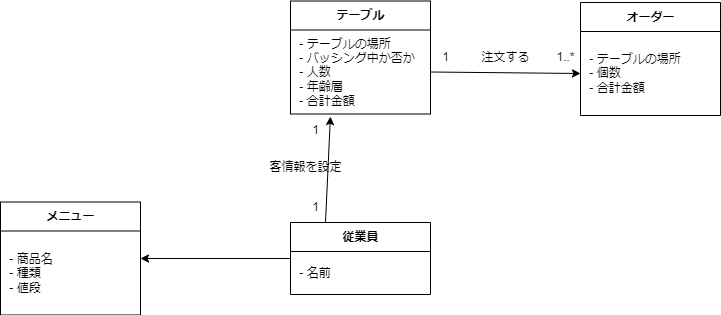
The draw.io diagram psp4/クラス図/クラス図_統合版,drawio.png in MasakiHiguchi/---, before a commit. Source tidied: cells renumbered, new cells last; positions are measured from the earlier drawing's top-left corner, leaving out a move shared by most shapes. Its diagram source:
```xml
<mxGraphModel>
  <root>
    <mxCell id="0" />
    <mxCell id="1" parent="0" />
    <mxCell id="2" value="テーブル" style="swimlane;fontStyle=1;align=center;verticalAlign=middle;horizontal=1;startSize=29;html=1;" parent="1" vertex="1">
      <mxGeometry x="290" y="0.5" width="140" height="113" as="geometry" />
    </mxCell>
    <mxCell id="3" value="&amp;nbsp;- テーブルの場所&lt;br&gt;&amp;nbsp;- バッシング中か否か&lt;br&gt;&amp;nbsp;- 人数&lt;br&gt;&amp;nbsp;- 年齢層&lt;br&gt;&amp;nbsp;- 合計金額" style="text;html=1;strokeColor=none;fillColor=none;align=left;verticalAlign=middle;spacingLeft=4;spacingRight=4;overflow=hidden;points=[[0,0.5],[1,0.5]];portConstraint=eastwest;" parent="2" vertex="1">
      <mxGeometry y="29" width="140" height="84" as="geometry" />
    </mxCell>
    <mxCell id="4" style="edgeStyle=none;html=1;exitX=1;exitY=0.5;exitDx=0;exitDy=0;entryX=0;entryY=0.5;entryDx=0;entryDy=0;" parent="1" edge="1" source="3" target="6">
      <mxGeometry relative="1" as="geometry" />
    </mxCell>
    <mxCell id="5" value="オーダー" style="swimlane;fontStyle=1;align=center;verticalAlign=middle;horizontal=1;startSize=29;html=1;" parent="1" vertex="1">
      <mxGeometry x="580" y="2" width="140" height="113" as="geometry" />
    </mxCell>
    <mxCell id="6" value="&amp;nbsp;- テーブルの場所&lt;br&gt;&amp;nbsp;- 個数&lt;br&gt;&amp;nbsp;- 合計金額" style="text;html=1;strokeColor=none;fillColor=none;align=left;verticalAlign=middle;spacingLeft=4;spacingRight=4;overflow=hidden;points=[[0,0.5],[1,0.5]];portConstraint=eastwest;" parent="5" vertex="1">
      <mxGeometry y="29" width="140" height="84" as="geometry" />
    </mxCell>
    <mxCell id="7" value="1" style="text;html=1;align=center;verticalAlign=middle;strokeColor=none;fillColor=none;" parent="1" vertex="1">
      <mxGeometry x="430" y="42" width="30" height="30" as="geometry" />
    </mxCell>
    <mxCell id="8" value="1..*" style="text;html=1;align=center;verticalAlign=middle;strokeColor=none;fillColor=none;" parent="1" vertex="1">
      <mxGeometry x="545" y="42" width="40" height="30" as="geometry" />
    </mxCell>
    <mxCell id="9" value="注文する" style="text;html=1;align=center;verticalAlign=middle;strokeColor=none;fillColor=none;" parent="1" vertex="1">
      <mxGeometry x="470" y="42" width="70" height="30" as="geometry" />
    </mxCell>
    <mxCell id="10" style="edgeStyle=none;html=1;exitX=0.25;exitY=0;exitDx=0;exitDy=0;entryX=0.285;entryY=1.031;entryDx=0;entryDy=0;entryPerimeter=0;" parent="1" edge="1" source="12" target="3">
      <mxGeometry relative="1" as="geometry" />
    </mxCell>
    <mxCell id="11" style="edgeStyle=none;html=1;exitX=0;exitY=0.5;exitDx=0;exitDy=0;entryX=1;entryY=0.5;entryDx=0;entryDy=0;" parent="1" edge="1" source="12" target="17">
      <mxGeometry relative="1" as="geometry" />
    </mxCell>
    <mxCell id="12" value="従業員" style="swimlane;fontStyle=1;align=center;verticalAlign=middle;horizontal=1;startSize=29;html=1;" parent="1" vertex="1">
      <mxGeometry x="290" y="222" width="140" height="72" as="geometry" />
    </mxCell>
    <mxCell id="13" value="&amp;nbsp;- 名前" style="text;html=1;strokeColor=none;fillColor=none;align=left;verticalAlign=middle;spacingLeft=4;spacingRight=4;overflow=hidden;" parent="12" vertex="1">
      <mxGeometry y="29" width="140" height="43" as="geometry" />
    </mxCell>
    <mxCell id="14" value="1" style="text;html=1;align=center;verticalAlign=middle;strokeColor=none;fillColor=none;" parent="1" vertex="1">
      <mxGeometry x="300" y="192" width="30" height="30" as="geometry" />
    </mxCell>
    <mxCell id="15" value="1" style="text;html=1;align=center;verticalAlign=middle;strokeColor=none;fillColor=none;" parent="1" vertex="1">
      <mxGeometry x="300" y="115" width="30" height="30" as="geometry" />
    </mxCell>
    <mxCell id="16" value="客情報を設定" style="text;html=1;align=center;verticalAlign=middle;strokeColor=none;fillColor=none;" parent="1" vertex="1">
      <mxGeometry x="255" y="152" width="100" height="30" as="geometry" />
    </mxCell>
    <mxCell id="17" value="メニュー" style="swimlane;fontStyle=1;align=center;verticalAlign=middle;horizontal=1;startSize=29;html=1;" parent="1" vertex="1">
      <mxGeometry y="201.5" width="140" height="113" as="geometry" />
    </mxCell>
    <mxCell id="18" value="&amp;nbsp;- 商品名&lt;br&gt;&amp;nbsp;- 種類&lt;br&gt;&amp;nbsp;- 値段" style="text;html=1;strokeColor=none;fillColor=none;align=left;verticalAlign=middle;spacingLeft=4;spacingRight=4;overflow=hidden;" parent="17" vertex="1">
      <mxGeometry y="29" width="140" height="84" as="geometry" />
    </mxCell>
  </root>
</mxGraphModel>
```
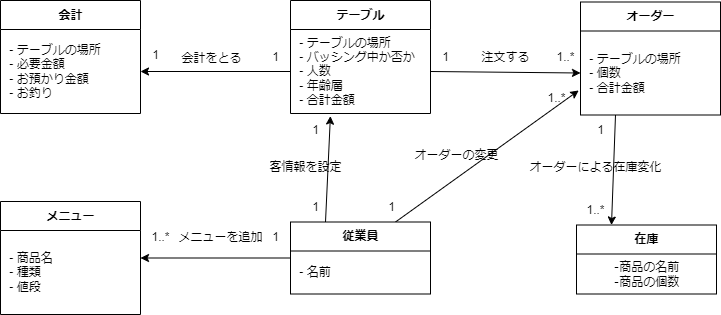
After the commit.

The edit, as a diff of the source:
```diff
@@ -11,6 +11,9 @@
     <mxCell id="4" style="edgeStyle=none;html=1;exitX=1;exitY=0.5;exitDx=0;exitDy=0;entryX=0;entryY=0.5;entryDx=0;entryDy=0;" parent="1" edge="1" source="3" target="6">
       <mxGeometry relative="1" as="geometry" />
     </mxCell>
+    <mxCell id="19" style="edgeStyle=none;html=1;exitX=0.25;exitY=1;exitDx=0;exitDy=0;entryX=0.25;entryY=0;entryDx=0;entryDy=0;" parent="1" edge="1" source="5" target="33">
+      <mxGeometry relative="1" as="geometry" />
+    </mxCell>
     <mxCell id="5" value="オーダー" style="swimlane;fontStyle=1;align=center;verticalAlign=middle;horizontal=1;startSize=29;html=1;" parent="1" vertex="1">
       <mxGeometry x="580" y="2" width="140" height="113" as="geometry" />
     </mxCell>
@@ -32,6 +35,9 @@
     <mxCell id="11" style="edgeStyle=none;html=1;exitX=0;exitY=0.5;exitDx=0;exitDy=0;entryX=1;entryY=0.5;entryDx=0;entryDy=0;" parent="1" edge="1" source="12" target="17">
       <mxGeometry relative="1" as="geometry" />
     </mxCell>
+    <mxCell id="20" style="edgeStyle=none;html=1;exitX=0.75;exitY=0;exitDx=0;exitDy=0;entryX=-0.013;entryY=0.708;entryDx=0;entryDy=0;entryPerimeter=0;" parent="1" edge="1" source="12" target="6">
+      <mxGeometry relative="1" as="geometry" />
+    </mxCell>
     <mxCell id="12" value="従業員" style="swimlane;fontStyle=1;align=center;verticalAlign=middle;horizontal=1;startSize=29;html=1;" parent="1" vertex="1">
       <mxGeometry x="290" y="222" width="140" height="72" as="geometry" />
     </mxCell>
@@ -53,5 +59,56 @@
     <mxCell id="18" value="&amp;nbsp;- 商品名&lt;br&gt;&amp;nbsp;- 種類&lt;br&gt;&amp;nbsp;- 値段" style="text;html=1;strokeColor=none;fillColor=none;align=left;verticalAlign=middle;spacingLeft=4;spacingRight=4;overflow=hidden;" parent="17" vertex="1">
       <mxGeometry y="29" width="140" height="84" as="geometry" />
     </mxCell>
+    <mxCell id="21" value="1" style="text;html=1;align=center;verticalAlign=middle;strokeColor=none;fillColor=none;" parent="1" vertex="1">
+      <mxGeometry x="260" y="222" width="30" height="30" as="geometry" />
+    </mxCell>
+    <mxCell id="22" value="1..*" style="text;html=1;align=center;verticalAlign=middle;strokeColor=none;fillColor=none;" parent="1" vertex="1">
+      <mxGeometry x="140" y="222" width="40" height="30" as="geometry" />
+    </mxCell>
+    <mxCell id="23" value="メニューを追加" style="text;html=1;align=center;verticalAlign=middle;strokeColor=none;fillColor=none;" parent="1" vertex="1">
+      <mxGeometry x="165" y="222" width="110" height="30" as="geometry" />
+    </mxCell>
+    <mxCell id="24" value="会計" style="swimlane;fontStyle=1;align=center;verticalAlign=middle;horizontal=1;startSize=29;html=1;" parent="1" vertex="1">
+      <mxGeometry y="0.5" width="140" height="113" as="geometry" />
+    </mxCell>
+    <mxCell id="25" value="&amp;nbsp;- テーブルの場所&lt;br&gt;&amp;nbsp;- 必要金額&lt;br&gt;&amp;nbsp;- お預かり金額&lt;br&gt;&amp;nbsp;- お釣り" style="text;html=1;strokeColor=none;fillColor=none;align=left;verticalAlign=middle;spacingLeft=4;spacingRight=4;overflow=hidden;points=[[0,0.5],[1,0.5]];portConstraint=eastwest;" parent="24" vertex="1">
+      <mxGeometry y="29" width="140" height="84" as="geometry" />
+    </mxCell>
+    <mxCell id="26" style="edgeStyle=none;html=1;exitX=0;exitY=0.5;exitDx=0;exitDy=0;entryX=1;entryY=0.5;entryDx=0;entryDy=0;" parent="1" edge="1" source="3" target="25">
+      <mxGeometry relative="1" as="geometry" />
+    </mxCell>
+    <mxCell id="27" value="1" style="text;html=1;align=center;verticalAlign=middle;strokeColor=none;fillColor=none;" parent="1" vertex="1">
+      <mxGeometry x="260" y="42" width="30" height="30" as="geometry" />
+    </mxCell>
+    <mxCell id="28" value="1" style="text;html=1;align=center;verticalAlign=middle;strokeColor=none;fillColor=none;" parent="1" vertex="1">
+      <mxGeometry x="140" y="40.5" width="30" height="30" as="geometry" />
+    </mxCell>
+    <mxCell id="29" value="会計をとる" style="text;html=1;align=center;verticalAlign=middle;strokeColor=none;fillColor=none;" parent="1" vertex="1">
+      <mxGeometry x="171" y="43.5" width="80" height="30" as="geometry" />
+    </mxCell>
+    <mxCell id="30" value="1" style="text;html=1;align=center;verticalAlign=middle;strokeColor=none;fillColor=none;" parent="1" vertex="1">
+      <mxGeometry x="376" y="192" width="30" height="30" as="geometry" />
+    </mxCell>
+    <mxCell id="31" value="1..*" style="text;html=1;align=center;verticalAlign=middle;strokeColor=none;fillColor=none;" parent="1" vertex="1">
+      <mxGeometry x="536" y="83.5" width="40" height="30" as="geometry" />
+    </mxCell>
+    <mxCell id="32" value="オーダーの変更" style="text;html=1;align=center;verticalAlign=middle;strokeColor=none;fillColor=none;" parent="1" vertex="1">
+      <mxGeometry x="401" y="140.5" width="110" height="30" as="geometry" />
+    </mxCell>
+    <mxCell id="33" value="在庫" style="swimlane;fontStyle=1;align=center;verticalAlign=middle;horizontal=1;startSize=29;html=1;" parent="1" vertex="1">
+      <mxGeometry x="576" y="225" width="140" height="69" as="geometry" />
+    </mxCell>
+    <mxCell id="34" value="‐商品の名前&lt;br&gt;‐商品の個数" style="text;html=1;align=center;verticalAlign=middle;strokeColor=none;fillColor=none;" parent="33" vertex="1">
+      <mxGeometry y="29" width="140" height="40" as="geometry" />
+    </mxCell>
+    <mxCell id="35" value="1" style="text;html=1;align=center;verticalAlign=middle;strokeColor=none;fillColor=none;" parent="1" vertex="1">
+      <mxGeometry x="585" y="115" width="30" height="30" as="geometry" />
+    </mxCell>
+    <mxCell id="36" value="1..*" style="text;html=1;align=center;verticalAlign=middle;strokeColor=none;fillColor=none;" parent="1" vertex="1">
+      <mxGeometry x="575" y="195" width="40" height="30" as="geometry" />
+    </mxCell>
+    <mxCell id="37" value="オーダーによる在庫変化" style="text;html=1;align=center;verticalAlign=middle;strokeColor=none;fillColor=none;" parent="1" vertex="1">
+      <mxGeometry x="515" y="152" width="160" height="30" as="geometry" />
+    </mxCell>
   </root>
 </mxGraphModel>
```
